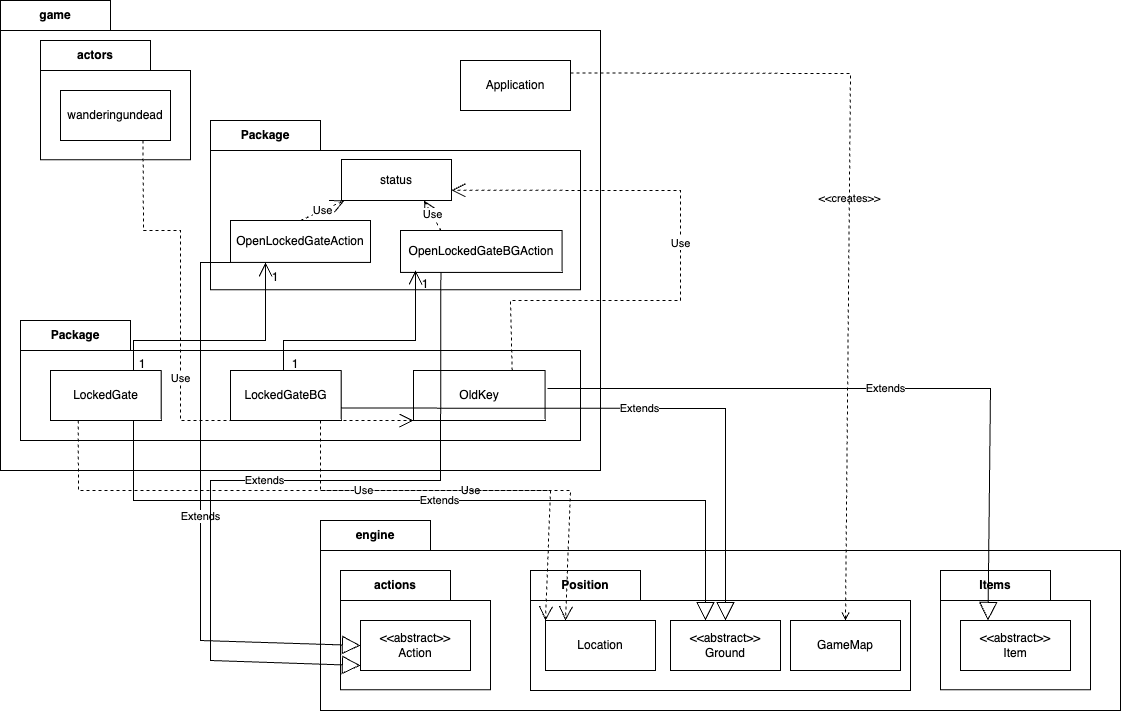
Earlier version of the draw.io export docs/design/A1_REQ4.drawio.png (sheharahewawasam/FIT2099-A1-supplementary). Source tidied: cells renumbered, new cells last; positions are measured from the earlier drawing's top-left corner, leaving out a move shared by most shapes. Its diagram source:
```xml
<mxGraphModel>
  <root>
    <mxCell id="0" />
    <mxCell id="1" parent="0" />
    <mxCell id="2" value="game" style="shape=folder;fontStyle=1;tabWidth=110;tabHeight=30;tabPosition=left;html=1;boundedLbl=1;labelInHeader=1;whiteSpace=wrap;" parent="1" vertex="1">
      <mxGeometry width="600" height="470" as="geometry" />
    </mxCell>
    <mxCell id="3" value="Text" style="html=1;strokeColor=none;fillColor=none;whiteSpace=wrap;" parent="2" vertex="1">
      <mxGeometry width="600" height="329" relative="1" as="geometry">
        <mxPoint y="30" as="offset" />
      </mxGeometry>
    </mxCell>
    <mxCell id="4" value="actors" style="shape=folder;fontStyle=1;tabWidth=110;tabHeight=30;tabPosition=left;html=1;boundedLbl=1;labelInHeader=1;whiteSpace=wrap;" parent="2" vertex="1">
      <mxGeometry x="40" y="40" width="150" height="119.3" as="geometry" />
    </mxCell>
    <mxCell id="5" value="Text" style="html=1;strokeColor=none;fillColor=none;whiteSpace=wrap;" parent="4" vertex="1">
      <mxGeometry width="150" height="83.5" relative="1" as="geometry">
        <mxPoint y="30" as="offset" />
      </mxGeometry>
    </mxCell>
    <mxCell id="6" value="wanderingundead" style="html=1;whiteSpace=wrap;" parent="4" vertex="1">
      <mxGeometry x="20" y="50" width="110" height="50" as="geometry" />
    </mxCell>
    <mxCell id="7" value="Package" style="shape=folder;fontStyle=1;tabWidth=110;tabHeight=30;tabPosition=left;html=1;boundedLbl=1;labelInHeader=1;whiteSpace=wrap;" parent="2" vertex="1">
      <mxGeometry x="210" y="120" width="370" height="169.3" as="geometry" />
    </mxCell>
    <mxCell id="8" style="html=1;strokeColor=none;fillColor=none;whiteSpace=wrap;" parent="7" vertex="1">
      <mxGeometry width="370" height="118.5" relative="1" as="geometry">
        <mxPoint y="30" as="offset" />
      </mxGeometry>
    </mxCell>
    <mxCell id="9" value="OpenLockedGateBGAction" style="html=1;whiteSpace=wrap;" parent="7" vertex="1">
      <mxGeometry x="190" y="110" width="161.6" height="41.9" as="geometry" />
    </mxCell>
    <mxCell id="10" value="OpenLockedGateAction" style="html=1;whiteSpace=wrap;" parent="7" vertex="1">
      <mxGeometry x="20" y="100" width="140" height="41.9" as="geometry" />
    </mxCell>
    <mxCell id="11" value="status" style="html=1;whiteSpace=wrap;" parent="7" vertex="1">
      <mxGeometry x="131" y="39" width="110" height="41" as="geometry" />
    </mxCell>
    <mxCell id="12" value="Use" style="endArrow=open;endSize=12;dashed=1;html=1;rounded=0;exitX=0.25;exitY=0;exitDx=0;exitDy=0;entryX=0.75;entryY=1;entryDx=0;entryDy=0;" parent="7" edge="1" source="9" target="11">
      <mxGeometry x="0.03" relative="1" as="geometry" />
    </mxCell>
    <mxCell id="13" value="1" style="text;html=1;strokeColor=none;fillColor=none;align=center;verticalAlign=middle;whiteSpace=wrap;rounded=0;" parent="7" vertex="1">
      <mxGeometry x="50" y="151.9" width="30" height="10" as="geometry" />
    </mxCell>
    <mxCell id="14" value="1" style="text;html=1;strokeColor=none;fillColor=none;align=center;verticalAlign=middle;whiteSpace=wrap;rounded=0;" parent="7" vertex="1">
      <mxGeometry x="200" y="159.3" width="30" height="10" as="geometry" />
    </mxCell>
    <mxCell id="15" value="Package" style="shape=folder;fontStyle=1;tabWidth=110;tabHeight=30;tabPosition=left;html=1;boundedLbl=1;labelInHeader=1;whiteSpace=wrap;" parent="2" vertex="1">
      <mxGeometry x="20" y="320" width="560" height="120" as="geometry" />
    </mxCell>
    <mxCell id="16" value="Text" style="html=1;strokeColor=none;fillColor=none;whiteSpace=wrap;" parent="15" vertex="1">
      <mxGeometry width="560" height="84" relative="1" as="geometry">
        <mxPoint y="30" as="offset" />
      </mxGeometry>
    </mxCell>
    <mxCell id="17" value="OldKey" style="html=1;whiteSpace=wrap;" parent="15" vertex="1">
      <mxGeometry x="393" y="50" width="131.6" height="50" as="geometry" />
    </mxCell>
    <mxCell id="18" value="LockedGate" style="html=1;whiteSpace=wrap;" parent="15" vertex="1">
      <mxGeometry x="30" y="50" width="110.7" height="50" as="geometry" />
    </mxCell>
    <mxCell id="19" value="LockedGateBG" style="html=1;whiteSpace=wrap;" parent="15" vertex="1">
      <mxGeometry x="210" y="50" width="110.7" height="50" as="geometry" />
    </mxCell>
    <mxCell id="20" value="1" style="text;html=1;strokeColor=none;fillColor=none;align=center;verticalAlign=middle;whiteSpace=wrap;rounded=0;" parent="15" vertex="1">
      <mxGeometry x="106.7" y="39" width="30" height="10" as="geometry" />
    </mxCell>
    <mxCell id="21" value="1" style="text;html=1;strokeColor=none;fillColor=none;align=center;verticalAlign=middle;whiteSpace=wrap;rounded=0;" parent="15" vertex="1">
      <mxGeometry x="260" y="39" width="30" height="10" as="geometry" />
    </mxCell>
    <mxCell id="22" value="Application" style="html=1;whiteSpace=wrap;" parent="2" vertex="1">
      <mxGeometry x="460" y="60" width="110" height="50" as="geometry" />
    </mxCell>
    <mxCell id="23" style="endArrow=open;endFill=1;endSize=12;html=1;rounded=0;exitX=0.75;exitY=0;exitDx=0;exitDy=0;entryX=0.25;entryY=1;entryDx=0;entryDy=0;" parent="2" edge="1" source="18" target="10">
      <mxGeometry relative="1" as="geometry">
        <Array as="points">
          <mxPoint x="133" y="340" />
          <mxPoint x="190" y="340" />
          <mxPoint x="265" y="340" />
        </Array>
      </mxGeometry>
    </mxCell>
    <mxCell id="24" value="Use" style="endArrow=open;endSize=12;dashed=1;html=1;rounded=0;exitX=0.75;exitY=1;exitDx=0;exitDy=0;entryX=0;entryY=1;entryDx=0;entryDy=0;" parent="2" edge="1" source="6" target="17">
      <mxGeometry relative="1" as="geometry">
        <Array as="points">
          <mxPoint x="143" y="230" />
          <mxPoint x="180" y="230" />
          <mxPoint x="180" y="420" />
        </Array>
      </mxGeometry>
    </mxCell>
    <mxCell id="25" value="Use" style="endArrow=open;endSize=12;dashed=1;html=1;rounded=0;exitX=0.75;exitY=0;exitDx=0;exitDy=0;entryX=1;entryY=0.75;entryDx=0;entryDy=0;" parent="2" edge="1" source="17" target="11">
      <mxGeometry x="0.03" relative="1" as="geometry">
        <Array as="points">
          <mxPoint x="510" y="300" />
          <mxPoint x="680" y="300" />
          <mxPoint x="680" y="190" />
        </Array>
      </mxGeometry>
    </mxCell>
    <mxCell id="26" value="engine" style="shape=folder;fontStyle=1;tabWidth=110;tabHeight=30;tabPosition=left;html=1;boundedLbl=1;labelInHeader=1;whiteSpace=wrap;" parent="1" vertex="1">
      <mxGeometry x="320" y="520" width="800" height="190" as="geometry" />
    </mxCell>
    <mxCell id="27" value="Text" style="html=1;strokeColor=none;fillColor=none;whiteSpace=wrap;" parent="26" vertex="1">
      <mxGeometry width="800" height="133" relative="1" as="geometry">
        <mxPoint y="30" as="offset" />
      </mxGeometry>
    </mxCell>
    <mxCell id="28" value="actions" style="shape=folder;fontStyle=1;tabWidth=110;tabHeight=30;tabPosition=left;html=1;boundedLbl=1;labelInHeader=1;whiteSpace=wrap;" parent="26" vertex="1">
      <mxGeometry x="20" y="50" width="150" height="119.3" as="geometry" />
    </mxCell>
    <mxCell id="29" value="Text" style="html=1;strokeColor=none;fillColor=none;whiteSpace=wrap;" parent="28" vertex="1">
      <mxGeometry width="150" height="83.5" relative="1" as="geometry">
        <mxPoint y="30" as="offset" />
      </mxGeometry>
    </mxCell>
    <mxCell id="30" value="&amp;lt;&amp;lt;abstract&amp;gt;&amp;gt;&lt;br&gt;Action" style="html=1;whiteSpace=wrap;" parent="28" vertex="1">
      <mxGeometry x="20" y="50" width="110" height="50" as="geometry" />
    </mxCell>
    <mxCell id="31" value="Items" style="shape=folder;fontStyle=1;tabWidth=110;tabHeight=30;tabPosition=left;html=1;boundedLbl=1;labelInHeader=1;whiteSpace=wrap;" parent="26" vertex="1">
      <mxGeometry x="620" y="50" width="150" height="119.3" as="geometry" />
    </mxCell>
    <mxCell id="32" value="Text" style="html=1;strokeColor=none;fillColor=none;whiteSpace=wrap;" parent="31" vertex="1">
      <mxGeometry width="150" height="83.5" relative="1" as="geometry">
        <mxPoint y="30" as="offset" />
      </mxGeometry>
    </mxCell>
    <mxCell id="33" value="&amp;lt;&amp;lt;abstract&amp;gt;&amp;gt;&lt;br&gt;Item" style="html=1;whiteSpace=wrap;" parent="31" vertex="1">
      <mxGeometry x="20" y="50" width="110" height="50" as="geometry" />
    </mxCell>
    <mxCell id="34" value="Position" style="shape=folder;fontStyle=1;tabWidth=110;tabHeight=30;tabPosition=left;html=1;boundedLbl=1;labelInHeader=1;whiteSpace=wrap;" parent="26" vertex="1">
      <mxGeometry x="210" y="50" width="380" height="120" as="geometry" />
    </mxCell>
    <mxCell id="35" value="Text" style="html=1;strokeColor=none;fillColor=none;whiteSpace=wrap;" parent="34" vertex="1">
      <mxGeometry width="380" height="84" relative="1" as="geometry">
        <mxPoint y="30" as="offset" />
      </mxGeometry>
    </mxCell>
    <mxCell id="36" value="Location" style="html=1;whiteSpace=wrap;" parent="34" vertex="1">
      <mxGeometry x="15" y="50" width="110" height="50" as="geometry" />
    </mxCell>
    <mxCell id="37" value="&amp;lt;&amp;lt;abstract&amp;gt;&amp;gt;&lt;br&gt;Ground" style="html=1;whiteSpace=wrap;" parent="34" vertex="1">
      <mxGeometry x="140" y="50" width="110" height="50" as="geometry" />
    </mxCell>
    <mxCell id="38" value="GameMap" style="html=1;whiteSpace=wrap;" parent="34" vertex="1">
      <mxGeometry x="260" y="50" width="110" height="50" as="geometry" />
    </mxCell>
    <mxCell id="39" value="&amp;lt;&amp;lt;creates&amp;gt;&amp;gt;" style="endArrow=open;html=1;rounded=0;align=center;verticalAlign=bottom;dashed=1;endFill=0;labelBackgroundColor=none;entryX=0.5;entryY=0;entryDx=0;entryDy=0;exitX=1;exitY=0.25;exitDx=0;exitDy=0;" parent="1" edge="1" source="22" target="38">
      <mxGeometry relative="1" as="geometry">
        <Array as="points">
          <mxPoint x="850" y="73" />
        </Array>
      </mxGeometry>
    </mxCell>
    <mxCell id="40" style="html=1;align=center;verticalAlign=top;labelBackgroundColor=none;" parent="39" vertex="1">
      <mxGeometry relative="1" as="geometry" />
    </mxCell>
    <mxCell id="41" value="Extends" style="endArrow=block;endSize=16;endFill=0;html=1;rounded=0;exitX=1;exitY=0.75;exitDx=0;exitDy=0;entryX=0.5;entryY=0;entryDx=0;entryDy=0;" parent="1" edge="1" source="19" target="37">
      <mxGeometry relative="1" as="geometry">
        <Array as="points">
          <mxPoint x="725" y="408" />
        </Array>
      </mxGeometry>
    </mxCell>
    <mxCell id="42" value="Extends" style="endArrow=block;endSize=16;endFill=0;html=1;rounded=0;exitX=0.75;exitY=1;exitDx=0;exitDy=0;entryX=0.5;entryY=0;entryDx=0;entryDy=0;" parent="1" edge="1" source="18">
      <mxGeometry relative="1" as="geometry">
        <mxPoint x="705" y="620" as="targetPoint" />
        <Array as="points">
          <mxPoint x="133" y="500" />
          <mxPoint x="705" y="500" />
        </Array>
      </mxGeometry>
    </mxCell>
    <mxCell id="43" value="Extends" style="endArrow=block;endSize=16;endFill=0;html=1;rounded=0;exitX=1;exitY=0.75;exitDx=0;exitDy=0;entryX=0.25;entryY=0;entryDx=0;entryDy=0;" parent="1" edge="1" target="33">
      <mxGeometry relative="1" as="geometry">
        <mxPoint x="547" y="388" as="sourcePoint" />
        <Array as="points">
          <mxPoint x="990" y="388" />
        </Array>
      </mxGeometry>
    </mxCell>
    <mxCell id="44" value="Extends" style="endArrow=block;endSize=16;endFill=0;html=1;rounded=0;exitX=0;exitY=1;exitDx=0;exitDy=0;entryX=0;entryY=0.5;entryDx=0;entryDy=0;" parent="1" edge="1" source="10" target="30">
      <mxGeometry relative="1" as="geometry">
        <Array as="points">
          <mxPoint x="200" y="262" />
          <mxPoint x="200" y="450" />
          <mxPoint x="200" y="640" />
        </Array>
      </mxGeometry>
    </mxCell>
    <mxCell id="45" value="Extends" style="endArrow=block;endSize=16;endFill=0;html=1;rounded=0;exitX=0.25;exitY=1;exitDx=0;exitDy=0;entryX=0;entryY=0.5;entryDx=0;entryDy=0;" parent="1" edge="1" source="9">
      <mxGeometry relative="1" as="geometry">
        <mxPoint x="360" y="665" as="targetPoint" />
        <Array as="points">
          <mxPoint x="440" y="480" />
          <mxPoint x="210" y="480" />
          <mxPoint x="210" y="660" />
        </Array>
      </mxGeometry>
    </mxCell>
    <mxCell id="46" style="endArrow=open;endFill=1;endSize=12;html=1;rounded=0;exitX=0.75;exitY=0;exitDx=0;exitDy=0;entryX=0.25;entryY=1;entryDx=0;entryDy=0;" parent="1" edge="1">
      <mxGeometry relative="1" as="geometry">
        <mxPoint x="283" y="370" as="sourcePoint" />
        <mxPoint x="415" y="270" as="targetPoint" />
        <Array as="points">
          <mxPoint x="283" y="340" />
          <mxPoint x="340" y="340" />
          <mxPoint x="415" y="340" />
        </Array>
      </mxGeometry>
    </mxCell>
    <mxCell id="47" value="Use" style="endArrow=open;endSize=12;dashed=1;html=1;rounded=0;exitX=0.5;exitY=0;exitDx=0;exitDy=0;entryX=0.75;entryY=1;entryDx=0;entryDy=0;" parent="1" edge="1" source="10">
      <mxGeometry relative="1" as="geometry">
        <mxPoint x="344" y="200" as="targetPoint" />
      </mxGeometry>
    </mxCell>
    <mxCell id="48" value="Use" style="endArrow=open;endSize=12;dashed=1;html=1;rounded=0;entryX=0;entryY=0;entryDx=0;entryDy=0;" parent="1" edge="1" target="36">
      <mxGeometry x="0.03" relative="1" as="geometry">
        <mxPoint x="320" y="420" as="sourcePoint" />
        <Array as="points">
          <mxPoint x="320" y="490" />
          <mxPoint x="550" y="490" />
        </Array>
      </mxGeometry>
    </mxCell>
    <mxCell id="49" value="Use" style="endArrow=open;endSize=12;dashed=1;html=1;rounded=0;entryX=0;entryY=0;entryDx=0;entryDy=0;exitX=0.25;exitY=1;exitDx=0;exitDy=0;" parent="1" edge="1" source="18">
      <mxGeometry x="0.03" relative="1" as="geometry">
        <mxPoint x="565" y="620" as="targetPoint" />
        <Array as="points">
          <mxPoint x="78" y="490" />
          <mxPoint x="340" y="490" />
          <mxPoint x="570" y="490" />
        </Array>
      </mxGeometry>
    </mxCell>
  </root>
</mxGraphModel>
```
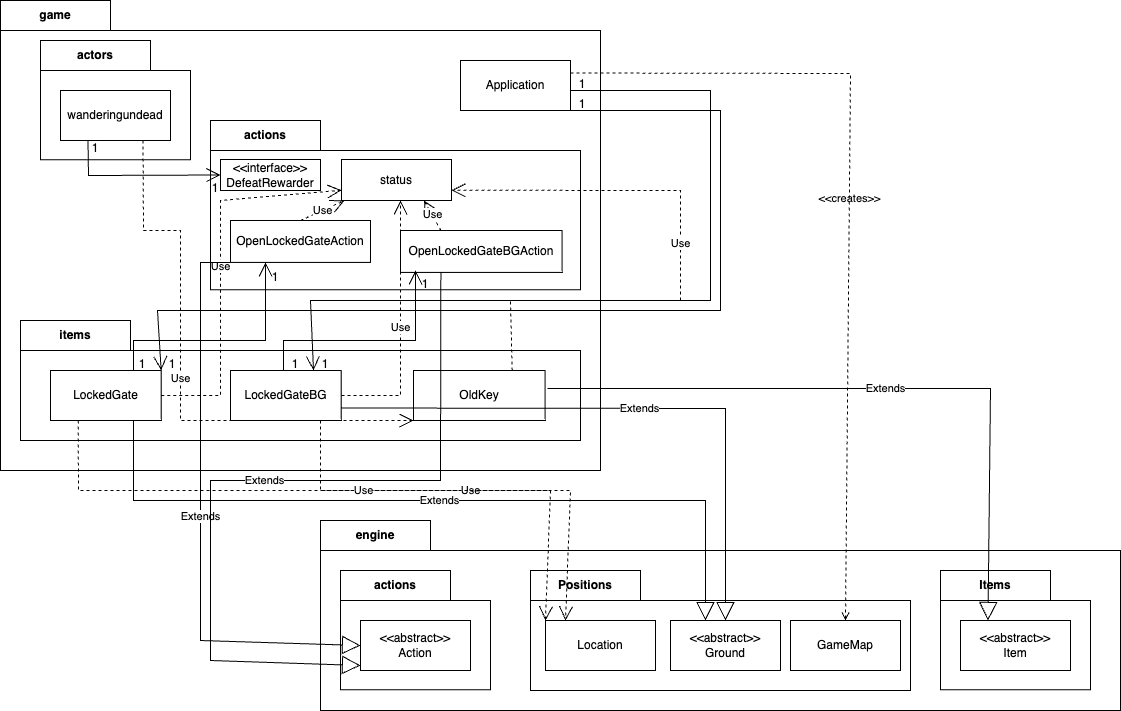
Later version of the same file.

Diff of the diagram source:
```diff
@@ -21,7 +21,7 @@
     <mxCell id="6" value="wanderingundead" style="html=1;whiteSpace=wrap;" parent="4" vertex="1">
       <mxGeometry x="20" y="50" width="110" height="50" as="geometry" />
     </mxCell>
-    <mxCell id="7" value="Package" style="shape=folder;fontStyle=1;tabWidth=110;tabHeight=30;tabPosition=left;html=1;boundedLbl=1;labelInHeader=1;whiteSpace=wrap;" parent="2" vertex="1">
+    <mxCell id="7" value="actions" style="shape=folder;fontStyle=1;tabWidth=110;tabHeight=30;tabPosition=left;html=1;boundedLbl=1;labelInHeader=1;whiteSpace=wrap;" parent="2" vertex="1">
       <mxGeometry x="210" y="120" width="370" height="169.3" as="geometry" />
     </mxCell>
     <mxCell id="8" style="html=1;strokeColor=none;fillColor=none;whiteSpace=wrap;" parent="7" vertex="1">
@@ -47,7 +47,10 @@
     <mxCell id="14" value="1" style="text;html=1;strokeColor=none;fillColor=none;align=center;verticalAlign=middle;whiteSpace=wrap;rounded=0;" parent="7" vertex="1">
       <mxGeometry x="200" y="159.3" width="30" height="10" as="geometry" />
     </mxCell>
+    <mxCell id="50" value="&amp;lt;&amp;lt;interface&amp;gt;&amp;gt;&lt;br&gt;DefeatRewarder" style="html=1;whiteSpace=wrap;" parent="7" vertex="1">
+      <mxGeometry x="10" y="39" width="100" height="31" as="geometry" />
+    </mxCell>
-    <mxCell id="15" value="Package" style="shape=folder;fontStyle=1;tabWidth=110;tabHeight=30;tabPosition=left;html=1;boundedLbl=1;labelInHeader=1;whiteSpace=wrap;" parent="2" vertex="1">
+    <mxCell id="15" value="items" style="shape=folder;fontStyle=1;tabWidth=110;tabHeight=30;tabPosition=left;html=1;boundedLbl=1;labelInHeader=1;whiteSpace=wrap;" parent="2" vertex="1">
       <mxGeometry x="20" y="320" width="560" height="120" as="geometry" />
     </mxCell>
     <mxCell id="16" value="Text" style="html=1;strokeColor=none;fillColor=none;whiteSpace=wrap;" parent="15" vertex="1">
@@ -70,6 +73,9 @@
     <mxCell id="21" value="1" style="text;html=1;strokeColor=none;fillColor=none;align=center;verticalAlign=middle;whiteSpace=wrap;rounded=0;" parent="15" vertex="1">
       <mxGeometry x="260" y="39" width="30" height="10" as="geometry" />
     </mxCell>
+    <mxCell id="51" value="1" style="text;html=1;strokeColor=none;fillColor=none;align=center;verticalAlign=middle;whiteSpace=wrap;rounded=0;" parent="15" vertex="1">
+      <mxGeometry x="136.7" y="39" width="30" height="10" as="geometry" />
+    </mxCell>
     <mxCell id="22" value="Application" style="html=1;whiteSpace=wrap;" parent="2" vertex="1">
       <mxGeometry x="460" y="60" width="110" height="50" as="geometry" />
     </mxCell>
@@ -100,6 +106,30 @@
         </Array>
       </mxGeometry>
     </mxCell>
+    <mxCell id="52" style="endArrow=open;endFill=1;endSize=12;html=1;rounded=0;exitX=0.25;exitY=1;exitDx=0;exitDy=0;entryX=0;entryY=0.5;entryDx=0;entryDy=0;" parent="2" edge="1" source="6" target="50">
+      <mxGeometry relative="1" as="geometry">
+        <Array as="points">
+          <mxPoint x="88" y="175" />
+        </Array>
+      </mxGeometry>
+    </mxCell>
+    <mxCell id="53" style="endArrow=open;endFill=1;endSize=12;html=1;rounded=0;exitX=1;exitY=1;exitDx=0;exitDy=0;entryX=1;entryY=0;entryDx=0;entryDy=0;" parent="2" edge="1" source="22" target="18">
+      <mxGeometry relative="1" as="geometry">
+        <Array as="points">
+          <mxPoint x="720" y="110" />
+          <mxPoint x="720" y="310" />
+          <mxPoint x="157" y="310" />
+        </Array>
+      </mxGeometry>
+    </mxCell>
+    <mxCell id="54" value="Use" style="endArrow=open;endSize=12;dashed=1;html=1;rounded=0;exitX=1;exitY=0.5;exitDx=0;exitDy=0;entryX=0;entryY=0.75;entryDx=0;entryDy=0;" parent="2" edge="1" source="18" target="11">
+      <mxGeometry relative="1" as="geometry">
+        <Array as="points">
+          <mxPoint x="220" y="395" />
+          <mxPoint x="220" y="200" />
+        </Array>
+      </mxGeometry>
+    </mxCell>
     <mxCell id="26" value="engine" style="shape=folder;fontStyle=1;tabWidth=110;tabHeight=30;tabPosition=left;html=1;boundedLbl=1;labelInHeader=1;whiteSpace=wrap;" parent="1" vertex="1">
       <mxGeometry x="320" y="520" width="800" height="190" as="geometry" />
     </mxCell>
@@ -130,7 +160,7 @@
     <mxCell id="33" value="&amp;lt;&amp;lt;abstract&amp;gt;&amp;gt;&lt;br&gt;Item" style="html=1;whiteSpace=wrap;" parent="31" vertex="1">
       <mxGeometry x="20" y="50" width="110" height="50" as="geometry" />
     </mxCell>
-    <mxCell id="34" value="Position" style="shape=folder;fontStyle=1;tabWidth=110;tabHeight=30;tabPosition=left;html=1;boundedLbl=1;labelInHeader=1;whiteSpace=wrap;" parent="26" vertex="1">
+    <mxCell id="34" value="Positions" style="shape=folder;fontStyle=1;tabWidth=110;tabHeight=30;tabPosition=left;html=1;boundedLbl=1;labelInHeader=1;whiteSpace=wrap;" parent="26" vertex="1">
       <mxGeometry x="210" y="50" width="380" height="120" as="geometry" />
     </mxCell>
     <mxCell id="35" value="Text" style="html=1;strokeColor=none;fillColor=none;whiteSpace=wrap;" parent="34" vertex="1">
@@ -235,5 +265,40 @@
         </Array>
       </mxGeometry>
     </mxCell>
+    <mxCell id="55" value="1" style="text;html=1;strokeColor=none;fillColor=none;align=center;verticalAlign=middle;whiteSpace=wrap;rounded=0;" parent="1" vertex="1">
+      <mxGeometry x="200" y="183.3" width="30" height="10" as="geometry" />
+    </mxCell>
+    <mxCell id="56" value="1" style="text;html=1;strokeColor=none;fillColor=none;align=center;verticalAlign=middle;whiteSpace=wrap;rounded=0;" parent="1" vertex="1">
+      <mxGeometry x="80" y="143.3" width="30" height="10" as="geometry" />
+    </mxCell>
+    <mxCell id="57" value="1" style="text;html=1;strokeColor=none;fillColor=none;align=center;verticalAlign=middle;whiteSpace=wrap;rounded=0;" parent="1" vertex="1">
+      <mxGeometry x="566.7" y="99" width="30" height="10" as="geometry" />
+    </mxCell>
+    <mxCell id="58" style="endArrow=open;endFill=1;endSize=12;html=1;rounded=0;exitX=1;exitY=1;exitDx=0;exitDy=0;entryX=0.75;entryY=0;entryDx=0;entryDy=0;" parent="1" edge="1" target="19">
+      <mxGeometry relative="1" as="geometry">
+        <mxPoint x="570" y="90" as="sourcePoint" />
+        <Array as="points">
+          <mxPoint x="710" y="90" />
+          <mxPoint x="710" y="300" />
+          <mxPoint x="310" y="300" />
+        </Array>
+      </mxGeometry>
+    </mxCell>
+    <mxCell id="59" value="1" style="text;html=1;strokeColor=none;fillColor=none;align=center;verticalAlign=middle;whiteSpace=wrap;rounded=0;" parent="1" vertex="1">
+      <mxGeometry x="566.7" y="79" width="30" height="10" as="geometry" />
+    </mxCell>
+    <mxCell id="60" value="1" style="text;html=1;strokeColor=none;fillColor=none;align=center;verticalAlign=middle;whiteSpace=wrap;rounded=0;" parent="1" vertex="1">
+      <mxGeometry x="310" y="359" width="30" height="10" as="geometry" />
+    </mxCell>
+    <mxCell id="61" value="Use" style="endArrow=open;endSize=12;dashed=1;html=1;rounded=0;exitX=1;exitY=0.5;exitDx=0;exitDy=0;" parent="1" edge="1">
+      <mxGeometry relative="1" as="geometry">
+        <mxPoint x="341" y="395" as="sourcePoint" />
+        <mxPoint x="400" y="200" as="targetPoint" />
+        <Array as="points">
+          <mxPoint x="400" y="395" />
+          <mxPoint x="400" y="200" />
+        </Array>
+      </mxGeometry>
+    </mxCell>
   </root>
 </mxGraphModel>
```
